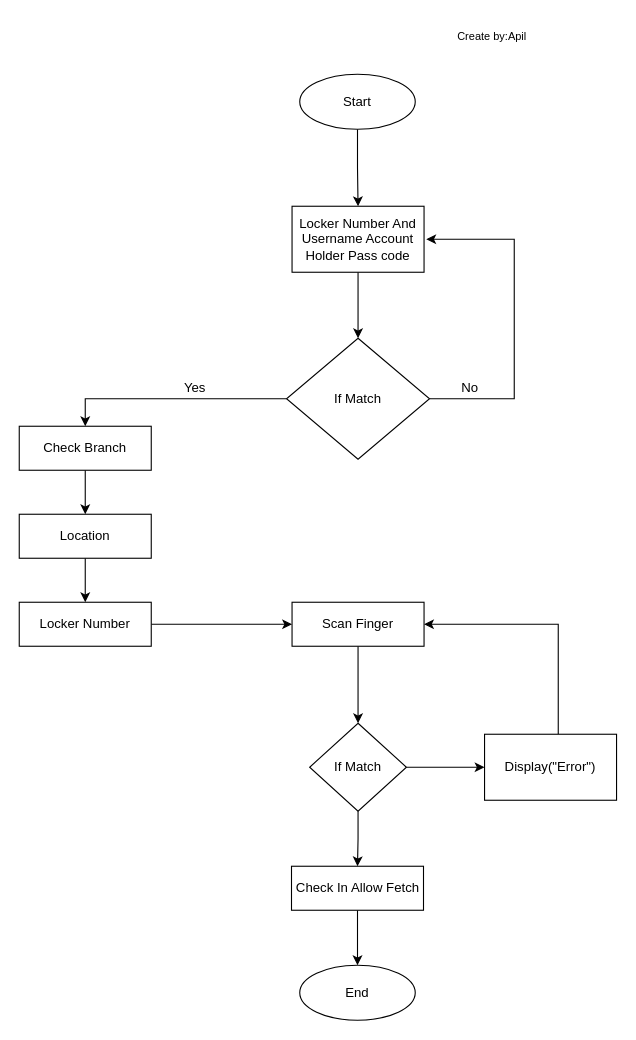
ApilLamsal/My-Work-For-Draw.io keeps this draw.io diagram as FLowChart/CheckIn_FLowChart.drawio. Above is the earlier version. Source tidied: cells renumbered, new cells numbered last; positions are measured from the earlier drawing's top-left corner, leaving out a move shared by most shapes. Both pictures are drawn from the tidied source at 110%, with x=0, y=0 at pixel (19, 19).
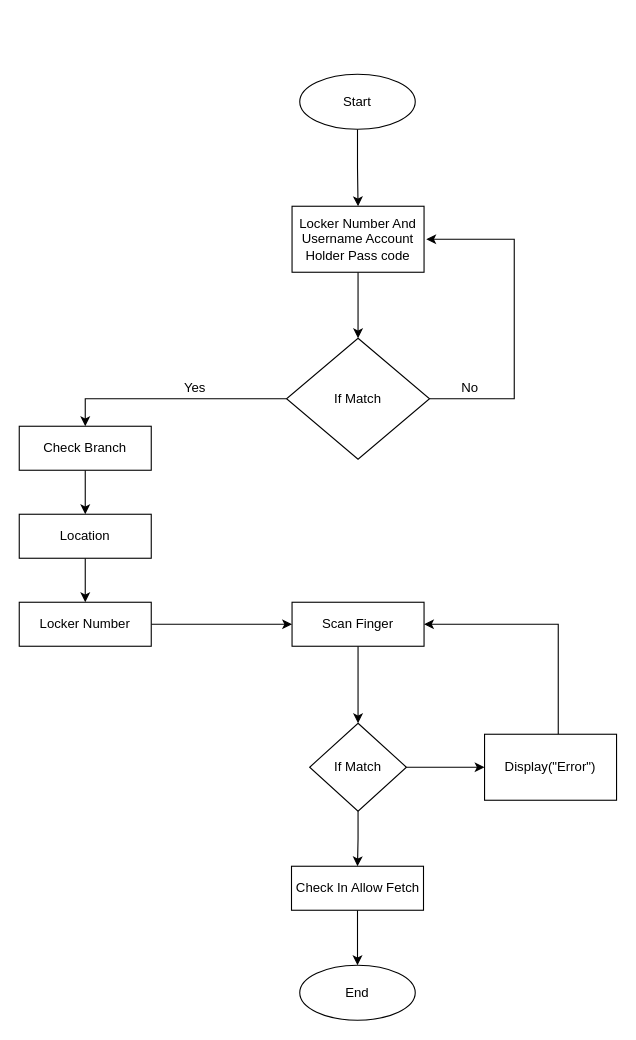
Above is the later version.

Diff of the diagram source:
```diff
@@
-    <mxCell id="22" value="&lt;font style=&quot;font-size: 10px;&quot;&gt;Create by:Apil&lt;/font&gt;" style="text;html=1;strokeColor=none;fillColor=none;align=center;verticalAlign=middle;whiteSpace=wrap;rounded=0;fontSize=10;" parent="1" vertex="1">
-      <mxGeometry x="380" width="100" height="30" as="geometry" />
-    </mxCell>
```
